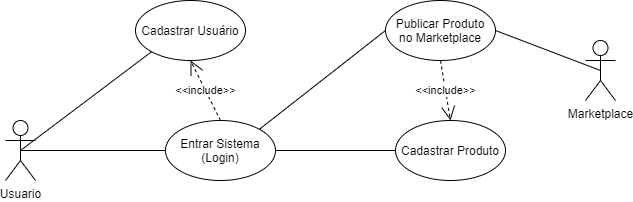
guzzoandreag/SG_MKP_Project keeps this draw.io diagram as Arquivos/SG-MKP - Diagrama de Caso de Uso.png. Above is the earlier version. Source tidied: cells renumbered, new cells last; positions are measured from the earlier drawing's top-left corner, leaving out a move shared by most shapes.
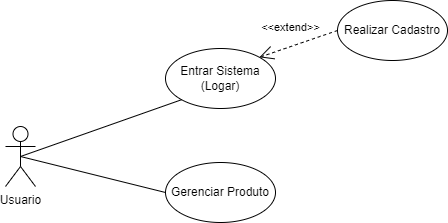
After the change.

Commit message:
CORREÇÕES NO DIAGRAMA DE CASOS DE USO ORIENTADOS PELA BANCA E BACKUP DO TRABALHO ESCRITO.

Diff of the diagram source:
```diff
@@ -3,13 +3,13 @@
     <mxCell id="0" />
     <mxCell id="1" parent="0" />
     <mxCell id="2" value="Usuario" style="shape=umlActor;verticalLabelPosition=bottom;verticalAlign=top;html=1;flipH=0;flipV=0;" parent="1" vertex="1">
-      <mxGeometry y="120" width="30" height="60" as="geometry" />
+      <mxGeometry x="129" y="151" width="30" height="60" as="geometry" />
     </mxCell>
-    <mxCell id="3" value="Entrar Sistema&lt;br&gt;(Login)" style="ellipse;whiteSpace=wrap;html=1;" parent="1" vertex="1">
-      <mxGeometry x="160" y="120" width="110" height="60" as="geometry" />
+    <mxCell id="3" value="Gerenciar Produto" style="ellipse;whiteSpace=wrap;html=1;" parent="1" vertex="1">
+      <mxGeometry x="289" y="187" width="110" height="60" as="geometry" />
     </mxCell>
-    <mxCell id="4" value="Cadastrar Usuário" style="ellipse;whiteSpace=wrap;html=1;" parent="1" vertex="1">
-      <mxGeometry x="130" width="110" height="60" as="geometry" />
+    <mxCell id="4" value="Entrar Sistema&lt;br&gt;(Logar)" style="ellipse;whiteSpace=wrap;html=1;" parent="1" vertex="1">
+      <mxGeometry x="289" y="73" width="110" height="60" as="geometry" />
     </mxCell>
     <mxCell id="5" style="endArrow=none;html=1;entryX=0;entryY=0.5;entryDx=0;entryDy=0;exitX=0.5;exitY=0.5;exitDx=0;exitDy=0;exitPerimeter=0;" parent="1" edge="1" source="2" target="3">
       <mxGeometry relative="1" as="geometry" />
@@ -17,29 +17,11 @@
     <mxCell id="6" style="endArrow=none;html=1;exitX=0.5;exitY=0.5;exitDx=0;exitDy=0;exitPerimeter=0;entryX=0;entryY=1;entryDx=0;entryDy=0;" parent="1" edge="1" source="2" target="4">
       <mxGeometry relative="1" as="geometry" />
     </mxCell>
-    <mxCell id="7" value="&amp;lt;&amp;lt;include&amp;gt;&amp;gt;" style="endArrow=open;endSize=12;dashed=1;html=1;entryX=0.5;entryY=1;entryDx=0;entryDy=0;exitX=0.5;exitY=0;exitDx=0;exitDy=0;" parent="1" edge="1" source="3" target="4">
-      <mxGeometry relative="1" as="geometry" />
-    </mxCell>
-    <mxCell id="8" value="Cadastrar Produto" style="ellipse;whiteSpace=wrap;html=1;" parent="1" vertex="1">
-      <mxGeometry x="390" y="120" width="110" height="60" as="geometry" />
-    </mxCell>
-    <mxCell id="9" style="endArrow=none;html=1;entryX=0;entryY=0.5;entryDx=0;entryDy=0;exitX=1;exitY=0.5;exitDx=0;exitDy=0;" parent="1" edge="1" source="3" target="8">
-      <mxGeometry relative="1" as="geometry" />
-    </mxCell>
-    <mxCell id="10" value="Publicar Produto&lt;br&gt;no Marketplace" style="ellipse;whiteSpace=wrap;html=1;" parent="1" vertex="1">
-      <mxGeometry x="380" width="110" height="60" as="geometry" />
+    <mxCell id="10" value="Realizar Cadastro" style="ellipse;whiteSpace=wrap;html=1;" parent="1" vertex="1">
+      <mxGeometry x="461" y="25" width="110" height="60" as="geometry" />
     </mxCell>
-    <mxCell id="11" value="&amp;lt;&amp;lt;include&amp;gt;&amp;gt;" style="endArrow=open;endSize=12;dashed=1;html=1;exitX=0.5;exitY=1;exitDx=0;exitDy=0;entryX=0.5;entryY=0;entryDx=0;entryDy=0;" parent="1" edge="1" source="10" target="8">
-      <mxGeometry relative="1" as="geometry" />
-    </mxCell>
-    <mxCell id="12" value="Marketplace" style="shape=umlActor;verticalLabelPosition=bottom;verticalAlign=top;html=1;flipH=0;flipV=0;" parent="1" vertex="1">
-      <mxGeometry x="580" y="40" width="30" height="60" as="geometry" />
-    </mxCell>
-    <mxCell id="13" style="endArrow=none;html=1;entryX=0;entryY=0.5;entryDx=0;entryDy=0;exitX=1;exitY=0;exitDx=0;exitDy=0;" parent="1" edge="1" source="3" target="10">
-      <mxGeometry relative="1" as="geometry" />
-    </mxCell>
-    <mxCell id="14" style="endArrow=none;html=1;entryX=0.5;entryY=0.5;entryDx=0;entryDy=0;exitX=1;exitY=0.5;exitDx=0;exitDy=0;entryPerimeter=0;" parent="1" edge="1" source="10" target="12">
-      <mxGeometry relative="1" as="geometry" />
-    </mxCell>
+    <mxCell id="15" value="&amp;lt;&amp;lt;extend&amp;gt;&amp;gt;" style="endArrow=open;endSize=12;dashed=1;html=1;entryX=1;entryY=0;entryDx=0;entryDy=0;exitX=0;exitY=0.5;exitDx=0;exitDy=0;" parent="1" edge="1" source="10" target="4">
+      <mxGeometry x="0.05" y="-18" relative="1" as="geometry" />
+    </mxCell>
   </root>
 </mxGraphModel>
```
